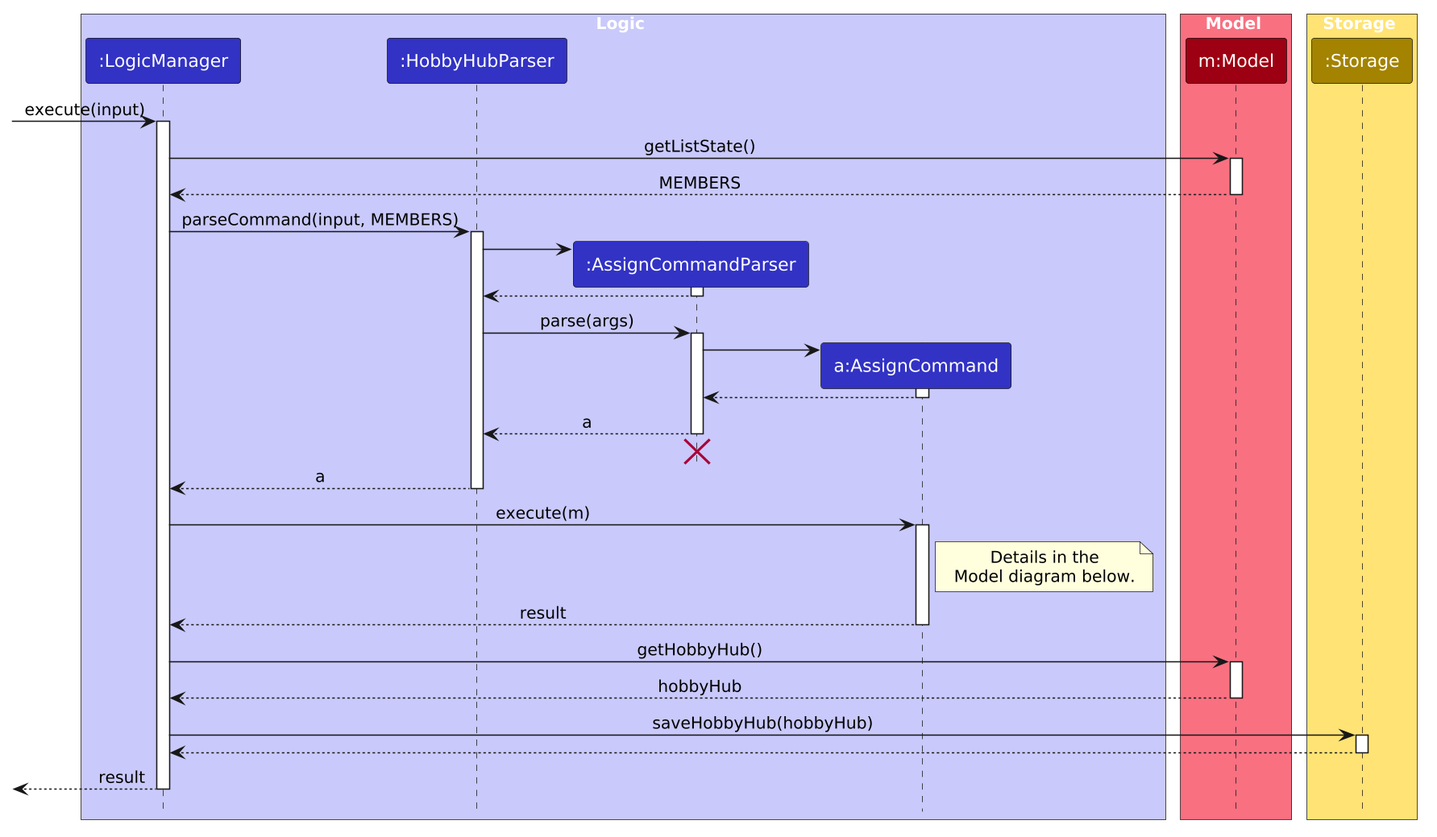
Above: docs/images/AssignSequenceDiagram-Logic.png in AY2627S1-CS2103T-T17-4/tp (PlantUML), before the change. Its diagram source:
```plantuml
@startuml



!define UI_COLOR #1D8900
!define UI_COLOR_T1 #83E769
!define UI_COLOR_T2 #3FC71B
!define UI_COLOR_T3 #166800
!define UI_COLOR_T4 #0E4100

!define LOGIC_COLOR #3333C4
!define LOGIC_COLOR_T1 #C8C8FA
!define LOGIC_COLOR_T2 #6A6ADC
!define LOGIC_COLOR_T3 #1616B0
!define LOGIC_COLOR_T4 #101086

!define MODEL_COLOR #9D0012
!define MODEL_COLOR_T1 #F97181
!define MODEL_COLOR_T2 #E41F36
!define MODEL_COLOR_T3 #7B000E
!define MODEL_COLOR_T4 #51000A

!define STORAGE_COLOR #A38300
!define STORAGE_COLOR_T1 #FFE374
!define STORAGE_COLOR_T2 #EDC520
!define STORAGE_COLOR_T3 #806600
!define STORAGE_COLOR_T4 #544400

!define USER_COLOR #000000

skinparam Package {
    BackgroundColor #FFFFFF
    BorderThickness 1
    FontSize 16
}

skinparam Class {
    FontColor #FFFFFF
    FontSize 15
    BorderThickness 1
    BorderColor #FFFFFF
    StereotypeFontColor #FFFFFF
    FontName Arial
}

skinparam Actor {
    BorderColor USER_COLOR
    Color USER_COLOR
    FontName Arial
}

skinparam Sequence {
    MessageAlign center
    BoxFontSize 15
    BoxPadding 0
    BoxFontColor #FFFFFF
    FontName Arial
}

skinparam Participant {
    FontColor #FFFFFF
    Padding 20
}

skinparam ArrowFontStyle bold
skinparam MinClassWidth 50
<style>
participant {
    Padding 10
}
</style>
skinparam Shadowing false
skinparam DefaultTextAlignment center
skinparam packageStyle Rectangle

hide footbox
hide members
hide circle
skinparam ArrowFontStyle plain
skinparam dpi 150
hide footbox

box Logic LOGIC_COLOR_T1
participant ":LogicManager" as LogicManager LOGIC_COLOR
participant ":HobbyHubParser" as HobbyHubParser LOGIC_COLOR
participant ":AssignCommandParser" as AssignCommandParser LOGIC_COLOR
participant "a:AssignCommand" as AssignCommand LOGIC_COLOR
end box

box Model MODEL_COLOR_T1
participant "m:Model" as Model MODEL_COLOR
end box

box Storage STORAGE_COLOR_T1
participant ":Storage" as Storage STORAGE_COLOR
end box

[-> LogicManager : execute(input)
activate LogicManager

LogicManager -> Model : getListState()
activate Model
Model --> LogicManager : MEMBERS
deactivate Model

LogicManager -> HobbyHubParser : parseCommand(input, MEMBERS)
activate HobbyHubParser

create AssignCommandParser
HobbyHubParser -> AssignCommandParser
activate AssignCommandParser
AssignCommandParser --> HobbyHubParser
deactivate AssignCommandParser

HobbyHubParser -> AssignCommandParser : parse(args)
activate AssignCommandParser

create AssignCommand
AssignCommandParser -> AssignCommand
activate AssignCommand
AssignCommand --> AssignCommandParser
deactivate AssignCommand

AssignCommandParser --> HobbyHubParser : a
deactivate AssignCommandParser
AssignCommandParser -[hidden]-> HobbyHubParser
destroy AssignCommandParser

HobbyHubParser --> LogicManager : a
deactivate HobbyHubParser

LogicManager -> AssignCommand : execute(m)
activate AssignCommand

note right of AssignCommand
  Details in the
  Model diagram below.
end note

AssignCommand --> LogicManager : result
deactivate AssignCommand

LogicManager -> Model : getHobbyHub()
activate Model
Model --> LogicManager : hobbyHub
deactivate Model

LogicManager -> Storage : saveHobbyHub(hobbyHub)
activate Storage
Storage --> LogicManager
deactivate Storage

[<-- LogicManager : result
deactivate LogicManager
@enduml
```
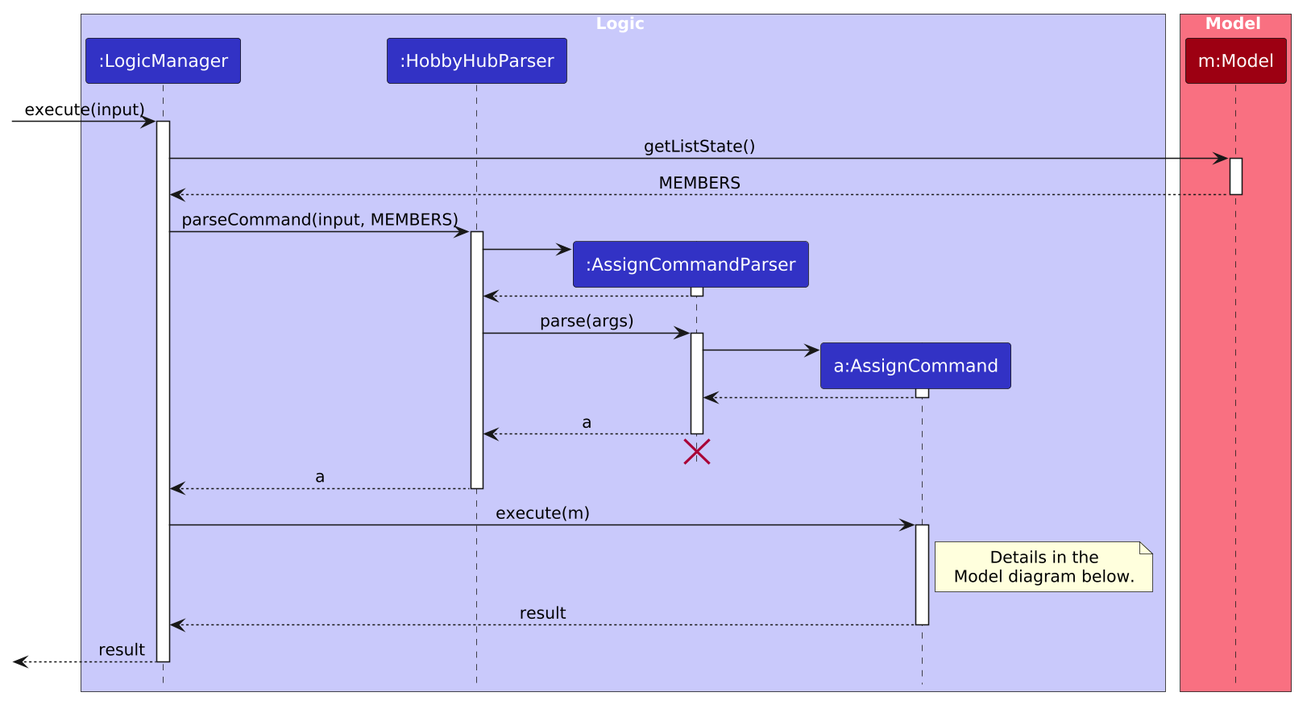
Above is the later version.

Commit message:
Simplify assign diagrams based on review

What changed in the source:
```diff
@@ -91,10 +91,6 @@
 participant "m:Model" as Model MODEL_COLOR
 end box
 
-box Storage STORAGE_COLOR_T1
-participant ":Storage" as Storage STORAGE_COLOR
-end box
-
 [-> LogicManager : execute(input)
 activate LogicManager
 
@@ -140,16 +136,6 @@
 AssignCommand --> LogicManager : result
 deactivate AssignCommand
 
-LogicManager -> Model : getHobbyHub()
-activate Model
-Model --> LogicManager : hobbyHub
-deactivate Model
-
-LogicManager -> Storage : saveHobbyHub(hobbyHub)
-activate Storage
-Storage --> LogicManager
-deactivate Storage
-
 [<-- LogicManager : result
 deactivate LogicManager
 @enduml
```
